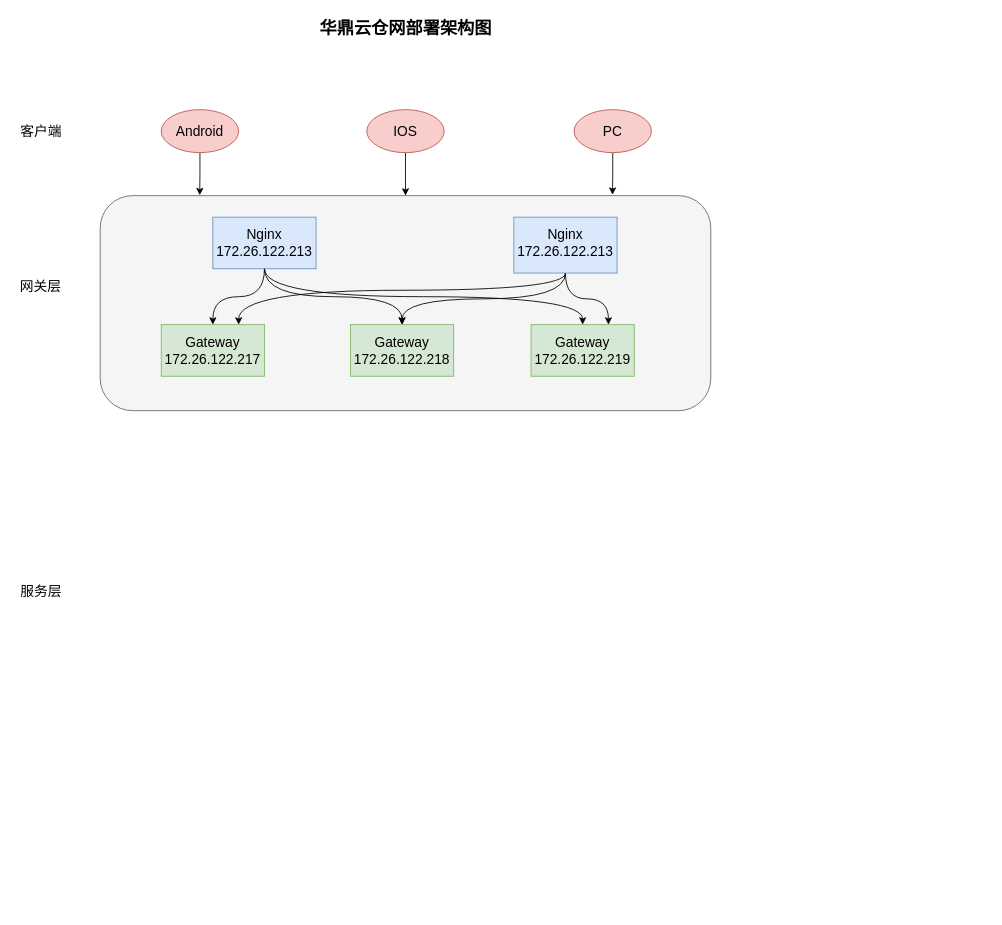
Above: pdf/华鼎云仓网架构图.drawio in mstao/static (draw.io), before the change. Source tidied: cells renumbered, new cells numbered last; positions are measured from the earlier drawing's top-left corner, leaving out a move shared by most shapes. Both pictures are drawn from the tidied source at 86%, with x=0, y=0 at pixel (15, 15).
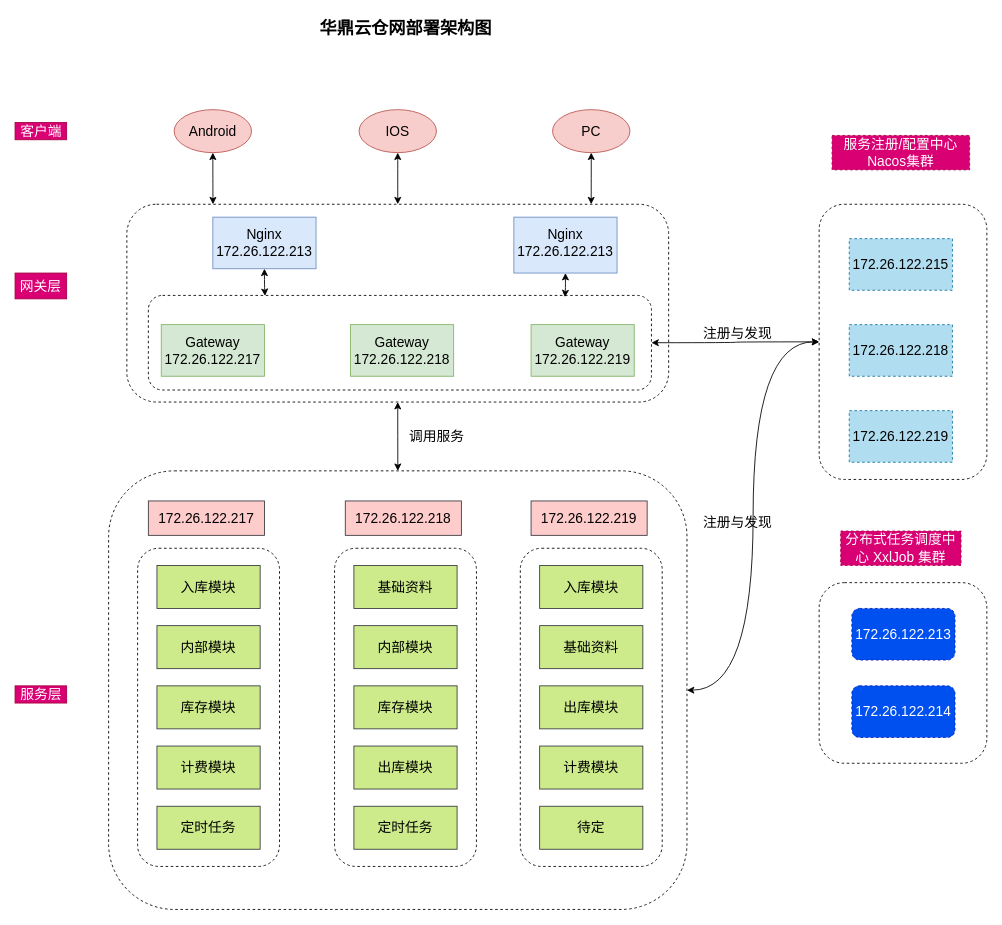
The same page after the edit.

Commit message (it also covers changes not shown here):
Update 华鼎云仓网架构图.drawio

Unchanged cells that the change refers to:
```xml
<mxCell id="7" style="rounded=0;whiteSpace=wrap;html=1;labelBackgroundColor=none;fontSize=20;fillColor=#dae8fc;strokeColor=#6c8ebf;" parent="1" vertex="1">
  <mxGeometry x="230" y="235" width="120" height="60" as="geometry" />
</mxCell>
<mxCell id="20" style="rounded=0;whiteSpace=wrap;html=1;labelBackgroundColor=none;fontSize=20;fillColor=#dae8fc;strokeColor=#6c8ebf;" parent="1" vertex="1">
  <mxGeometry x="580" y="235" width="120" height="65" as="geometry" />
</mxCell>
<mxCell id="22" style="rounded=0;whiteSpace=wrap;html=1;labelBackgroundColor=#FFFFFF;fontSize=16;fillColor=#d5e8d4;strokeColor=#82b366;" parent="1" vertex="1">
  <mxGeometry x="170" y="360" width="120" height="60" as="geometry" />
</mxCell>
<mxCell id="23" style="rounded=0;whiteSpace=wrap;html=1;labelBackgroundColor=#FFFFFF;fontSize=16;fillColor=#d5e8d4;strokeColor=#82b366;" parent="1" vertex="1">
  <mxGeometry x="390" y="360" width="120" height="60" as="geometry" />
</mxCell>
<mxCell id="24" style="rounded=0;whiteSpace=wrap;html=1;labelBackgroundColor=#FFFFFF;fontSize=16;fillColor=#d5e8d4;strokeColor=#82b366;" parent="1" vertex="1">
  <mxGeometry x="600" y="360" width="120" height="60" as="geometry" />
</mxCell>
```

Change to the diagram source:
```diff
@@
+    <mxCell id="30" style="edgeStyle=orthogonalEdgeStyle;curved=1;rounded=0;jettySize=auto;html=1;fontSize=16;startArrow=classic;startFill=1;" parent="1" edge="1" source="3" target="55">
+      <mxGeometry relative="1" as="geometry" />
+    </mxCell>
-    <mxCell id="3" style="rounded=1;whiteSpace=wrap;html=1;fontSize=20;labelBackgroundColor=none;fillColor=#f5f5f5;fontColor=#333333;strokeColor=#666666;" parent="1" vertex="1">
-      <mxGeometry x="99" y="210" width="710" height="250" as="geometry" />
+    <mxCell id="3" style="rounded=1;whiteSpace=wrap;html=1;fontSize=20;labelBackgroundColor=none;fillColor=none;dashed=1;" parent="1" vertex="1">
+      <mxGeometry x="130" y="220" width="630" height="230" as="geometry" />
     </mxCell>
@@
-    <mxCell id="5" style="edgeStyle=orthogonalEdgeStyle;curved=1;rounded=0;jettySize=auto;html=1;fontSize=16;exitX=0.5;exitY=1;exitDx=0;exitDy=0;" parent="1" edge="1" source="7" target="23">
-      <mxGeometry relative="1" as="geometry" />
-    </mxCell>
-    <mxCell id="6" style="edgeStyle=orthogonalEdgeStyle;curved=1;rounded=0;jettySize=auto;html=1;exitX=0.5;exitY=1;exitDx=0;exitDy=0;entryX=0.5;entryY=0;entryDx=0;entryDy=0;fontSize=16;" parent="1" edge="1" source="7" target="24">
-      <mxGeometry relative="1" as="geometry" />
-    </mxCell>
+    <mxCell id="31" style="edgeStyle=orthogonalEdgeStyle;curved=1;rounded=0;jettySize=auto;html=1;entryX=0.232;entryY=0.005;entryDx=0;entryDy=0;entryPerimeter=0;fontSize=16;startArrow=classic;startFill=1;" parent="1" edge="1" source="7" target="60">
+      <mxGeometry relative="1" as="geometry" />
+    </mxCell>
@@
-    <mxCell id="8" style="edgeStyle=orthogonalEdgeStyle;rounded=0;jettySize=auto;html=1;entryX=0.163;entryY=-0.002;entryDx=0;entryDy=0;entryPerimeter=0;fontSize=16;" parent="1" edge="1" source="9" target="3">
+    <mxCell id="8" style="edgeStyle=orthogonalEdgeStyle;curved=1;rounded=0;jettySize=auto;html=1;entryX=0.159;entryY=0;entryDx=0;entryDy=0;entryPerimeter=0;fontSize=16;exitX=0.5;exitY=1;exitDx=0;exitDy=0;startArrow=classic;startFill=1;" parent="1" edge="1" source="9" target="3">
       <mxGeometry relative="1" as="geometry" />
     </mxCell>
     <mxCell id="9" value="Android" style="ellipse;whiteSpace=wrap;html=1;labelBackgroundColor=none;fontSize=16;fillColor=#f8cecc;strokeColor=#b85450;" parent="1" vertex="1">
-      <mxGeometry x="170" y="110" width="90" height="50" as="geometry" />
+      <mxGeometry x="185" y="110" width="90" height="50" as="geometry" />
     </mxCell>
-    <mxCell id="10" style="edgeStyle=orthogonalEdgeStyle;rounded=0;jettySize=auto;html=1;entryX=0.5;entryY=0;entryDx=0;entryDy=0;fontSize=16;" parent="1" edge="1" source="11" target="3">
+    <mxCell id="10" style="edgeStyle=orthogonalEdgeStyle;curved=1;rounded=0;jettySize=auto;html=1;entryX=0.5;entryY=0;entryDx=0;entryDy=0;fontSize=16;startArrow=classic;startFill=1;" parent="1" edge="1" source="11" target="3">
       <mxGeometry relative="1" as="geometry" />
     </mxCell>
     <mxCell id="11" value="IOS" style="ellipse;whiteSpace=wrap;html=1;labelBackgroundColor=none;fontSize=16;fillColor=#f8cecc;strokeColor=#b85450;" parent="1" vertex="1">
-      <mxGeometry x="409" y="110" width="90" height="50" as="geometry" />
+      <mxGeometry x="400" y="110" width="90" height="50" as="geometry" />
     </mxCell>
-    <mxCell id="12" style="edgeStyle=orthogonalEdgeStyle;rounded=0;jettySize=auto;html=1;entryX=0.839;entryY=-0.004;entryDx=0;entryDy=0;entryPerimeter=0;fontSize=16;" parent="1" edge="1" source="13" target="3">
+    <mxCell id="12" style="edgeStyle=orthogonalEdgeStyle;curved=1;rounded=0;jettySize=auto;html=1;entryX=0.857;entryY=0;entryDx=0;entryDy=0;entryPerimeter=0;fontSize=16;startArrow=classic;startFill=1;" parent="1" edge="1" source="13" target="3">
       <mxGeometry relative="1" as="geometry" />
     </mxCell>
     <mxCell id="13" value="PC" style="ellipse;whiteSpace=wrap;html=1;labelBackgroundColor=none;fontSize=16;fillColor=#f8cecc;strokeColor=#b85450;" parent="1" vertex="1">
-      <mxGeometry x="650" y="110" width="90" height="50" as="geometry" />
+      <mxGeometry x="625" y="110" width="90" height="50" as="geometry" />
     </mxCell>
-    <mxCell id="14" value="网关层" style="text;html=1;strokeColor=none;fillColor=none;align=center;verticalAlign=middle;whiteSpace=wrap;rounded=0;labelBackgroundColor=none;fontSize=16;" parent="1" vertex="1">
+    <mxCell id="14" value="网关层" style="text;html=1;strokeColor=#A50040;fillColor=#d80073;align=center;verticalAlign=middle;whiteSpace=wrap;rounded=0;labelBackgroundColor=none;fontSize=16;fontColor=#ffffff;" parent="1" vertex="1">
       <mxGeometry y="300" width="60" height="30" as="geometry" />
     </mxCell>
-    <mxCell id="15" style="edgeStyle=orthogonalEdgeStyle;curved=1;rounded=0;jettySize=auto;html=1;entryX=0.5;entryY=0;entryDx=0;entryDy=0;fontSize=16;exitX=0.5;exitY=1;exitDx=0;exitDy=0;" parent="1" edge="1" source="7" target="22">
-      <mxGeometry relative="1" as="geometry" />
-    </mxCell>
@@
-    <mxCell id="17" style="edgeStyle=orthogonalEdgeStyle;curved=1;rounded=0;jettySize=auto;html=1;entryX=0.75;entryY=0;entryDx=0;entryDy=0;fontSize=16;" parent="1" edge="1" source="20" target="22">
-      <mxGeometry relative="1" as="geometry">
-        <Array as="points">
-          <mxPoint x="640" y="320" />
-          <mxPoint x="260" y="320" />
-        </Array>
-      </mxGeometry>
-    </mxCell>
-    <mxCell id="18" style="edgeStyle=orthogonalEdgeStyle;curved=1;rounded=0;jettySize=auto;html=1;exitX=0.5;exitY=1;exitDx=0;exitDy=0;fontSize=16;" parent="1" edge="1" source="20" target="23">
-      <mxGeometry relative="1" as="geometry" />
-    </mxCell>
-    <mxCell id="19" style="edgeStyle=orthogonalEdgeStyle;curved=1;rounded=0;jettySize=auto;html=1;entryX=0.75;entryY=0;entryDx=0;entryDy=0;fontSize=16;" parent="1" edge="1" source="20" target="24">
-      <mxGeometry relative="1" as="geometry">
-        <Array as="points">
-          <mxPoint x="640" y="330" />
-          <mxPoint x="690" y="330" />
-        </Array>
-      </mxGeometry>
-    </mxCell>
+    <mxCell id="32" style="edgeStyle=orthogonalEdgeStyle;curved=1;rounded=0;jettySize=auto;html=1;entryX=0.828;entryY=0.018;entryDx=0;entryDy=0;entryPerimeter=0;fontSize=16;startArrow=classic;startFill=1;" parent="1" edge="1" source="20" target="60">
+      <mxGeometry relative="1" as="geometry" />
+    </mxCell>
@@
-    <mxCell id="28" value="客户端" style="text;html=1;align=center;verticalAlign=middle;strokeColor=none;fillColor=none;fontSize=16;" parent="1" vertex="1">
+    <mxCell id="28" value="客户端" style="text;html=1;align=center;verticalAlign=middle;strokeColor=#A50040;fillColor=#d80073;fontSize=16;fontColor=#ffffff;" parent="1" vertex="1">
       <mxGeometry y="125" width="60" height="20" as="geometry" />
     </mxCell>
-    <mxCell id="29" value="服务层" style="text;html=1;align=center;verticalAlign=middle;strokeColor=none;fillColor=none;fontSize=16;" parent="1" vertex="1">
-      <mxGeometry y="660" width="60" height="20" as="geometry" />
+    <mxCell id="29" value="服务层" style="text;html=1;align=center;verticalAlign=middle;strokeColor=#A50040;fillColor=#d80073;fontSize=16;fontColor=#ffffff;" parent="1" vertex="1">
+      <mxGeometry y="780" width="60" height="20" as="geometry" />
     </mxCell>
+    <mxCell id="33" style="rounded=1;whiteSpace=wrap;html=1;dashed=1;labelBackgroundColor=#;fontSize=16;fillColor=none;" parent="1" vertex="1">
+      <mxGeometry x="142.5" y="620" width="165" height="370" as="geometry" />
+    </mxCell>
+    <mxCell id="34" value="入库模块" style="rounded=0;whiteSpace=wrap;html=1;labelBackgroundColor=#;fontSize=16;fillColor=#cdeb8b;strokeColor=#36393d;" parent="1" vertex="1">
+      <mxGeometry x="165" y="640" width="120" height="50" as="geometry" />
+    </mxCell>
+    <mxCell id="35" value="内部模块" style="rounded=0;whiteSpace=wrap;html=1;labelBackgroundColor=#;fontSize=16;fillColor=#cdeb8b;strokeColor=#36393d;" parent="1" vertex="1">
+      <mxGeometry x="165" y="710" width="120" height="50" as="geometry" />
+    </mxCell>
+    <mxCell id="36" value="库存模块" style="rounded=0;whiteSpace=wrap;html=1;labelBackgroundColor=#;fontSize=16;fillColor=#cdeb8b;strokeColor=#36393d;" parent="1" vertex="1">
+      <mxGeometry x="165" y="780" width="120" height="50" as="geometry" />
+    </mxCell>
+    <mxCell id="37" value="172.26.122.217" style="text;html=1;strokeColor=#36393d;fillColor=#ffcccc;align=center;verticalAlign=middle;whiteSpace=wrap;rounded=0;labelBackgroundColor=#;fontSize=16;" parent="1" vertex="1">
+      <mxGeometry x="155" y="565" width="135" height="40" as="geometry" />
+    </mxCell>
+    <mxCell id="38" value="计费模块" style="rounded=0;whiteSpace=wrap;html=1;labelBackgroundColor=#;fontSize=16;fillColor=#cdeb8b;strokeColor=#36393d;" parent="1" vertex="1">
+      <mxGeometry x="165" y="850" width="120" height="50" as="geometry" />
+    </mxCell>
+    <mxCell id="39" value="定时任务" style="rounded=0;whiteSpace=wrap;html=1;labelBackgroundColor=#;fontSize=16;fillColor=#cdeb8b;strokeColor=#36393d;" parent="1" vertex="1">
+      <mxGeometry x="165" y="920" width="120" height="50" as="geometry" />
+    </mxCell>
+    <mxCell id="40" style="rounded=1;whiteSpace=wrap;html=1;dashed=1;labelBackgroundColor=#;fontSize=16;fillColor=none;" parent="1" vertex="1">
+      <mxGeometry x="371.5" y="620" width="165" height="370" as="geometry" />
+    </mxCell>
+    <mxCell id="41" value="基础资料" style="rounded=0;whiteSpace=wrap;html=1;labelBackgroundColor=#;fontSize=16;fillColor=#cdeb8b;strokeColor=#36393d;" parent="1" vertex="1">
+      <mxGeometry x="394" y="640" width="120" height="50" as="geometry" />
+    </mxCell>
+    <mxCell id="42" value="内部模块" style="rounded=0;whiteSpace=wrap;html=1;labelBackgroundColor=#;fontSize=16;fillColor=#cdeb8b;strokeColor=#36393d;" parent="1" vertex="1">
+      <mxGeometry x="394" y="710" width="120" height="50" as="geometry" />
+    </mxCell>
+    <mxCell id="43" value="库存模块" style="rounded=0;whiteSpace=wrap;html=1;labelBackgroundColor=#;fontSize=16;fillColor=#cdeb8b;strokeColor=#36393d;" parent="1" vertex="1">
+      <mxGeometry x="394" y="780" width="120" height="50" as="geometry" />
+    </mxCell>
+    <mxCell id="44" value="172.26.122.218" style="text;html=1;strokeColor=#36393d;fillColor=#ffcccc;align=center;verticalAlign=middle;whiteSpace=wrap;rounded=0;labelBackgroundColor=#;fontSize=16;" parent="1" vertex="1">
+      <mxGeometry x="384" y="565" width="135" height="40" as="geometry" />
+    </mxCell>
+    <mxCell id="45" value="出库模块" style="rounded=0;whiteSpace=wrap;html=1;labelBackgroundColor=#;fontSize=16;fillColor=#cdeb8b;strokeColor=#36393d;" parent="1" vertex="1">
+      <mxGeometry x="394" y="850" width="120" height="50" as="geometry" />
+    </mxCell>
+    <mxCell id="46" value="定时任务" style="rounded=0;whiteSpace=wrap;html=1;labelBackgroundColor=#;fontSize=16;fillColor=#cdeb8b;strokeColor=#36393d;" parent="1" vertex="1">
+      <mxGeometry x="394" y="920" width="120" height="50" as="geometry" />
+    </mxCell>
+    <mxCell id="47" style="rounded=1;whiteSpace=wrap;html=1;dashed=1;labelBackgroundColor=#;fontSize=16;fillColor=none;" parent="1" vertex="1">
+      <mxGeometry x="587.5" y="620" width="165" height="370" as="geometry" />
+    </mxCell>
+    <mxCell id="48" value="入库模块" style="rounded=0;whiteSpace=wrap;html=1;labelBackgroundColor=#;fontSize=16;fillColor=#cdeb8b;strokeColor=#36393d;" parent="1" vertex="1">
+      <mxGeometry x="610" y="640" width="120" height="50" as="geometry" />
+    </mxCell>
+    <mxCell id="49" value="基础资料" style="rounded=0;whiteSpace=wrap;html=1;labelBackgroundColor=#;fontSize=16;fillColor=#cdeb8b;strokeColor=#36393d;" parent="1" vertex="1">
+      <mxGeometry x="610" y="710" width="120" height="50" as="geometry" />
+    </mxCell>
+    <mxCell id="50" value="出库模块" style="rounded=0;whiteSpace=wrap;html=1;labelBackgroundColor=#;fontSize=16;fillColor=#cdeb8b;strokeColor=#36393d;" parent="1" vertex="1">
+      <mxGeometry x="610" y="780" width="120" height="50" as="geometry" />
+    </mxCell>
+    <mxCell id="51" value="172.26.122.219" style="text;html=1;strokeColor=#36393d;fillColor=#ffcccc;align=center;verticalAlign=middle;whiteSpace=wrap;rounded=0;labelBackgroundColor=#;fontSize=16;" parent="1" vertex="1">
+      <mxGeometry x="600" y="565" width="135" height="40" as="geometry" />
+    </mxCell>
+    <mxCell id="52" value="计费模块" style="rounded=0;whiteSpace=wrap;html=1;labelBackgroundColor=#;fontSize=16;fillColor=#cdeb8b;strokeColor=#36393d;" parent="1" vertex="1">
+      <mxGeometry x="610" y="850" width="120" height="50" as="geometry" />
+    </mxCell>
+    <mxCell id="53" value="待定" style="rounded=0;whiteSpace=wrap;html=1;labelBackgroundColor=#;fontSize=16;fillColor=#cdeb8b;strokeColor=#36393d;" parent="1" vertex="1">
+      <mxGeometry x="610" y="920" width="120" height="50" as="geometry" />
+    </mxCell>
+    <mxCell id="54" style="edgeStyle=orthogonalEdgeStyle;curved=1;rounded=0;jettySize=auto;html=1;fontSize=16;startArrow=classic;startFill=1;" parent="1" edge="1" source="55" target="58">
+      <mxGeometry relative="1" as="geometry" />
+    </mxCell>
+    <mxCell id="55" style="rounded=1;whiteSpace=wrap;html=1;labelBackgroundColor=#;fontSize=16;fillColor=none;dashed=1;shadow=0;sketch=0;glass=0;" parent="1" vertex="1">
+      <mxGeometry x="108.8" y="530" width="672.5" height="510" as="geometry" />
+    </mxCell>
+    <mxCell id="56" value="调用服务" style="text;html=1;align=center;verticalAlign=middle;strokeColor=none;fillColor=none;fontSize=16;" parent="1" vertex="1">
+      <mxGeometry x="450" y="480" width="80" height="20" as="geometry" />
+    </mxCell>
+    <mxCell id="57" value="服务注册/配置中心Nacos集群" style="text;html=1;strokeColor=#A50040;fillColor=#d80073;align=center;verticalAlign=middle;whiteSpace=wrap;rounded=0;dashed=1;labelBackgroundColor=#;fontSize=16;fontColor=#ffffff;" parent="1" vertex="1">
+      <mxGeometry x="950" y="140" width="160" height="40" as="geometry" />
+    </mxCell>
+    <mxCell id="58" style="rounded=1;whiteSpace=wrap;html=1;shadow=0;glass=0;dashed=1;labelBackgroundColor=#;sketch=0;fontSize=16;fillColor=none;" parent="1" vertex="1">
+      <mxGeometry x="935" y="220" width="195" height="320" as="geometry" />
+    </mxCell>
+    <mxCell id="59" style="edgeStyle=orthogonalEdgeStyle;curved=1;rounded=0;jettySize=auto;html=1;exitX=1;exitY=0.5;exitDx=0;exitDy=0;fontSize=16;startArrow=classic;startFill=1;entryX=0;entryY=0.5;entryDx=0;entryDy=0;" parent="1" edge="1" source="60" target="58">
+      <mxGeometry relative="1" as="geometry" />
+    </mxCell>
+    <mxCell id="60" style="rounded=1;whiteSpace=wrap;html=1;shadow=0;glass=0;dashed=1;labelBackgroundColor=#;sketch=0;fontSize=16;fillColor=none;" parent="1" vertex="1">
+      <mxGeometry x="155" y="326" width="585" height="110" as="geometry" />
+    </mxCell>
+    <mxCell id="61" value="172.26.122.215" style="rounded=0;whiteSpace=wrap;html=1;shadow=0;glass=0;dashed=1;labelBackgroundColor=#;sketch=0;fontSize=16;fillColor=#b1ddf0;strokeColor=#10739e;" parent="1" vertex="1">
+      <mxGeometry x="970" y="260" width="120" height="60" as="geometry" />
+    </mxCell>
+    <mxCell id="62" value="172.26.122.218" style="rounded=0;whiteSpace=wrap;html=1;shadow=0;glass=0;dashed=1;labelBackgroundColor=#;sketch=0;fontSize=16;fillColor=#b1ddf0;strokeColor=#10739e;" parent="1" vertex="1">
+      <mxGeometry x="970" y="360" width="120" height="60" as="geometry" />
+    </mxCell>
+    <mxCell id="63" value="172.26.122.219" style="rounded=0;whiteSpace=wrap;html=1;shadow=0;glass=0;dashed=1;labelBackgroundColor=#;sketch=0;fontSize=16;fillColor=#b1ddf0;strokeColor=#10739e;" parent="1" vertex="1">
+      <mxGeometry x="970" y="460" width="120" height="60" as="geometry" />
+    </mxCell>
+    <mxCell id="64" value="注册与发现" style="text;html=1;align=center;verticalAlign=middle;strokeColor=none;fillColor=none;fontSize=16;" parent="1" vertex="1">
+      <mxGeometry x="790" y="360" width="100" height="20" as="geometry" />
+    </mxCell>
+    <mxCell id="65" value="注册与发现" style="text;html=1;align=center;verticalAlign=middle;strokeColor=none;fillColor=none;fontSize=16;" parent="1" vertex="1">
+      <mxGeometry x="790" y="580" width="100" height="20" as="geometry" />
+    </mxCell>
+    <mxCell id="66" style="rounded=1;whiteSpace=wrap;html=1;shadow=0;glass=0;dashed=1;labelBackgroundColor=#;sketch=0;fontSize=16;fillColor=none;" parent="1" vertex="1">
+      <mxGeometry x="935" y="660" width="195" height="210" as="geometry" />
+    </mxCell>
+    <mxCell id="67" value="分布式任务调度中心 XxlJob 集群" style="text;html=1;strokeColor=#A50040;fillColor=#d80073;align=center;verticalAlign=middle;whiteSpace=wrap;rounded=0;shadow=0;glass=0;dashed=1;labelBackgroundColor=#;sketch=0;fontSize=16;fontColor=#ffffff;" parent="1" vertex="1">
+      <mxGeometry x="960" y="600" width="140" height="40" as="geometry" />
+    </mxCell>
+    <mxCell id="68" value="172.26.122.213" style="rounded=1;whiteSpace=wrap;html=1;shadow=0;glass=0;dashed=1;labelBackgroundColor=#;sketch=0;fontSize=16;fillColor=#0050ef;fontColor=#ffffff;strokeColor=#001DBC;" parent="1" vertex="1">
+      <mxGeometry x="973" y="690" width="120" height="60" as="geometry" />
+    </mxCell>
+    <mxCell id="69" value="172.26.122.214" style="rounded=1;whiteSpace=wrap;html=1;shadow=0;glass=0;dashed=1;labelBackgroundColor=#;sketch=0;fontSize=16;fillColor=#0050ef;fontColor=#ffffff;strokeColor=#001DBC;" parent="1" vertex="1">
+      <mxGeometry x="973" y="780" width="120" height="60" as="geometry" />
+    </mxCell>
```
